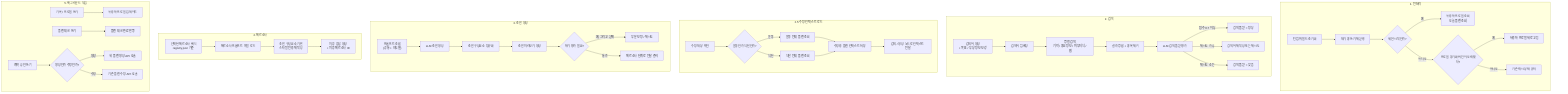
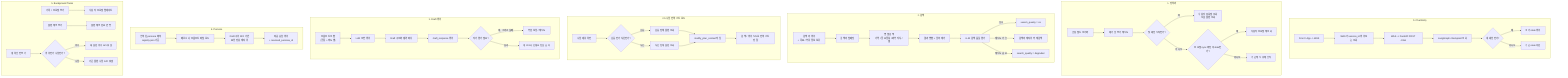
flowchart TD
+     subgraph ENTRY["0. Chat Entry"]
+         E1["Front / App -> WAS"] --> E2["WAS가 session_id 생성 또는 조회"]
+         E2 --> E3["WAS -> FastAPI POST /chat"]
+         E3 --> E4["LangGraph checkpoint 조회"]
+         E4 --> E5{"새 세션인가?"}
+         E5 -->|"예"| E6["초기 state 생성"]
+         E5 -->|"아니오"| E7["기존 state 복원"]
+     end
+ 
    subgraph PREPROCESS["1. 전처리"]
-         P1["턴 범위 필드 초기화"] --> P2["대기 중 쓰기 재실행"]
-         P2 --> P3{"세션 시작인가?"}
+         P1["공통 필드 초기화"] --> P2["대기 중 쓰기 재시도"]
+         P2 --> P3{"첫 세션 시작인가?"}
        P3 -->|"예"| P4["사용자 프로필 조회<br/>오늘 플랜 조회"]
-         P3 -->|"아니오"| P5{"프로필 동기화 버전이 오래됐나?"}
-         P5 -->|"예"| P6["사용자 프로필 새로고침"]
+         P3 -->|"아니오"| P5{"프로필 sync 버전이 stale인가?"}
+         P5 -->|"예"| P6["사용자 프로필 재조회"]
        P5 -->|"아니오"| P7["기존 캐시 상태 유지"]
    end

    subgraph SEARCH["2. 검색"]
        S1["검색어 생성<br/>+ 목표 / 부상 정보 보강"] --> S2["검색어 임베딩"]
        S2 --> S3["병렬 검색<br/>기억 / 중요정보 / 외부지식 / 웹"]
        S3 --> S4["결과 병합 + 중복 제거"]
        S4 --> S5["LLM 검색 품질 평가"]
-         S5 -->|"점수 0.7 이상"| S6["검색 품질 = 정상"]
-         S5 -->|"재시도 가능"| S7["검색어 재작성 또는 재시도"]
-         S5 -->|"재시도 소진"| S8["검색 품질 = 낮음"]
+         S5 -->|"정상"| S6["search_quality = ok"]
+         S5 -->|"재시도 가능"| S7["검색어 재작성 후 재검색"]
+         S5 -->|"재시도 종료"| S8["search_quality = degraded"]
    end

    subgraph MODIFY["2.5 수정 컨텍스트 로드"]
        M1["수정 대상 확인"] --> M2{"운동인가 식단인가?"}
        M2 -->|"운동"| M3["운동 전체 플랜 조회"]
        M2 -->|"식단"| M4["식단 전체 플랜 조회"]
-         M3 --> M5["수정용 플랜 컨텍스트 저장"]
+         M3 --> M5["modify_plan_context 저장"]
        M4 --> M5
        M5 --> M6["검색 / 생성 노드로 컨텍스트 전달"]
    end

-     subgraph GENERATE["3. 초안 생성"]
+     subgraph GENERATE["3. Draft 생성"]
        G1["프롬프트 조합<br/>(공통 + 의도별)"] --> G2["LLM 초안 생성"]
-         G2 --> G3["초안 구성요소 정규화"]
-         G3 --> G4["초안 미리보기 생성"]
+         G2 --> G3["Draft 구조화 계약 파싱"]
+         G3 --> G4["draft_response 생성"]
        G4 --> G5{"자기 평가 필요?"}
        G5 -->|"예, 그리고 실패"| G6["부분 보정 / 재시도"]
        G5 -->|"통과"| G7["페르소나 단계로 전달 준비"]
    end

-     subgraph PERSONA["4. 페르소나"]
-         R1["선택된 페르소나 해석<br/>registry.json 기준"] --> R2["페르소나 프롬프트 파일 로드"]
-         R2 --> R3["초안 구성요소 기반<br/>스타일 전용 재작성"]
-         R3 --> R4["최종 응답 생성<br/>+ 최종 페르소나 ID"]
+     subgraph PERSONA["4. Persona"]
+         R1["선택된 persona 해석<br/>registry.json 기준"] --> R2["페르소나 프롬프트 파일 로드"]
+         R2 --> R3["Draft 구성요소 기반<br/>표현 전용 재작성"]
+         R3 --> R4["최종 응답 생성<br/>+ resolved_persona_id"]
    end

-     subgraph BG["5. 백그라운드 작업"]
+     subgraph BG["5. Background Tasks"]
        B1["기록 / 프로필 쓰기"] --> B4["사용자 프로필 업데이트"]
        B2["플랜 체크 쓰기"] --> B5["플랜 체크 완료 반영"]
        B3["계획 승인 쓰기"] --> B6{"생성인가 수정인가?"}
        B6 -->|"생성"| B7["새 플랜 생성 API 호출"]
        B6 -->|"수정"| B8["기존 플랜 수정 API 호출"]
    end
